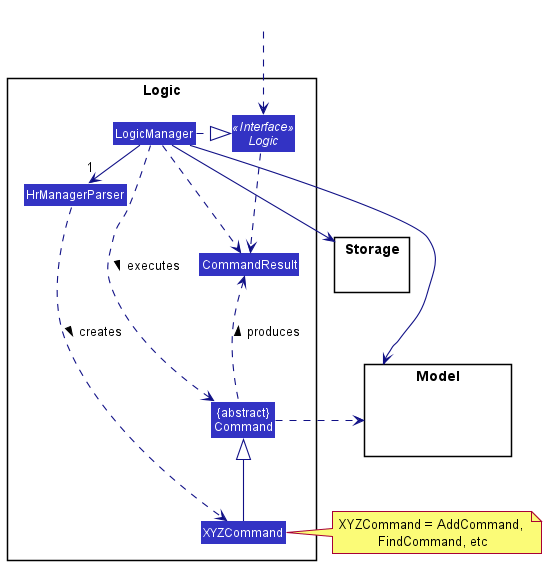
Above: docs/images/LogicClassDiagram.png in seaweediman/tp (PlantUML), before the change.
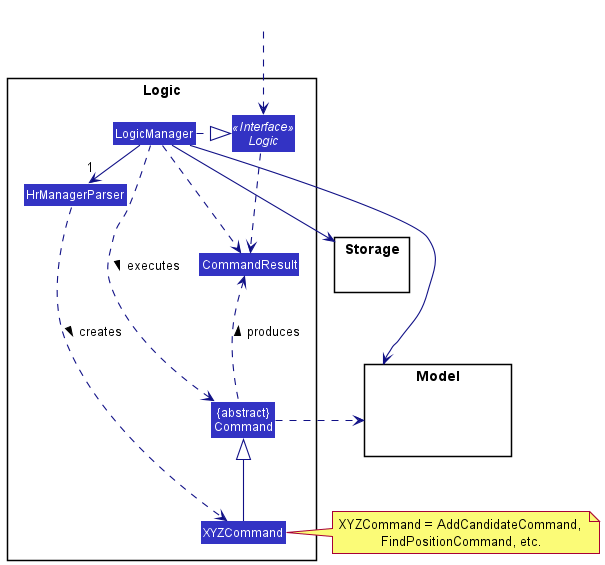
Above is the later version.

Commit message:
Update logic diagram and description

The edit, as a diff of the source:
```diff
@@ -38,7 +38,7 @@
 Storage --[hidden] Model
 Command .[hidden]up.> Storage
 Command .right.> Model
-note right of XYZCommand: XYZCommand = AddCommand, \nFindCommand, etc
+note right of XYZCommand: XYZCommand = AddCandidateCommand, \nFindPositionCommand, etc.
 
 Logic ..> CommandResult
 LogicManager .down.> CommandResult
```
